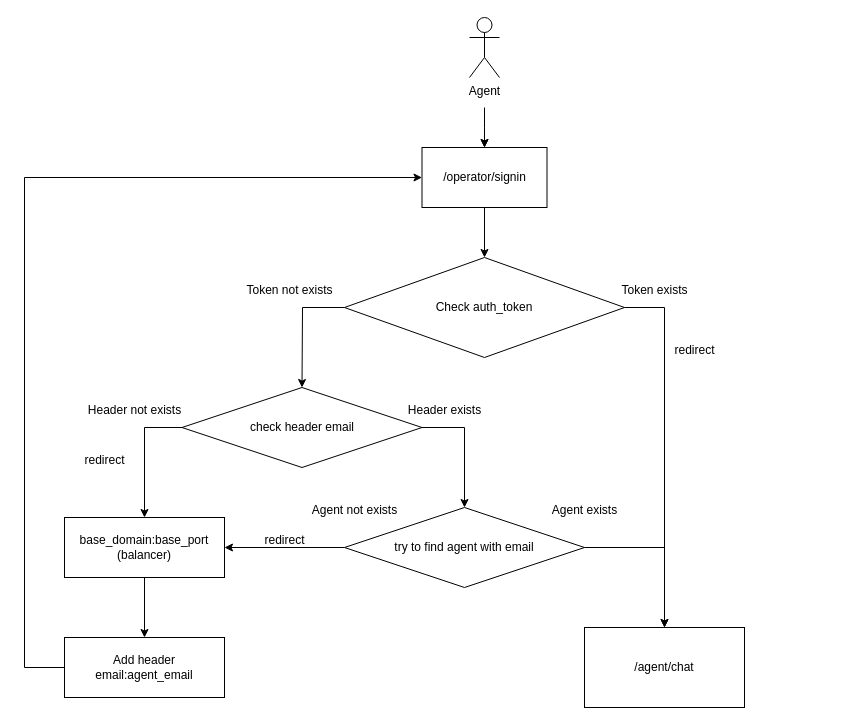
Before: Integration_with_balancer.drawio in vasiliypozhinskiy/AD_integrations, a draw.io diagram. Source tidied: cells renumbered, new cells numbered last; positions are measured from the earlier drawing's top-left corner, leaving out a move shared by most shapes. Both pictures are drawn from the tidied source at 100%, with x=0, y=0 at pixel (24, 17).
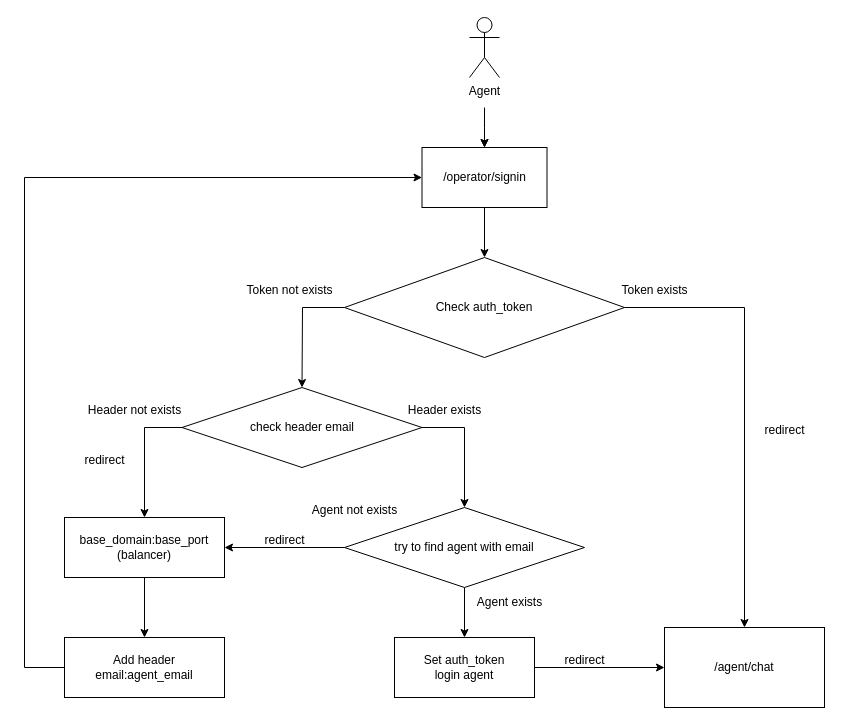
Above is the later version.

Unchanged cells that the change refers to:
```xml
<mxCell id="2" value="Check auth_token" style="rhombus;whiteSpace=wrap;html=1;" parent="1" vertex="1">
  <mxGeometry x="320" y="240" width="280" height="100" as="geometry" />
</mxCell>
<mxCell id="22" value="try to find agent with email" style="rhombus;whiteSpace=wrap;html=1;" parent="1" vertex="1">
  <mxGeometry x="320" y="490" width="240" height="80" as="geometry" />
</mxCell>
```

Change to the diagram source:
```diff
@@
     <mxCell id="8" style="endArrow=classic;html=1;rounded=0;exitX=1;exitY=0.5;exitDx=0;exitDy=0;entryX=0.5;entryY=0;entryDx=0;entryDy=0;" parent="1" edge="1" source="2" target="12">
       <mxGeometry relative="1" as="geometry">
         <Array as="points">
-          <mxPoint x="640" y="290" />
+          <mxPoint x="720" y="290" />
         </Array>
       </mxGeometry>
     </mxCell>
@@
     <mxCell id="12" value="/agent/chat" style="rounded=0;whiteSpace=wrap;html=1;" parent="1" vertex="1">
-      <mxGeometry x="560" y="610" width="160" height="80" as="geometry" />
+      <mxGeometry x="640" y="610" width="160" height="80" as="geometry" />
     </mxCell>
     <mxCell id="13" value="redirect" style="text;html=1;align=center;verticalAlign=middle;strokeColor=none;fillColor=none;" parent="1" vertex="1">
-      <mxGeometry x="640" y="318" width="60" height="30" as="geometry" />
+      <mxGeometry x="730" y="398" width="60" height="30" as="geometry" />
     </mxCell>
@@
+    <mxCell id="30" style="edgeStyle=orthogonalEdgeStyle;rounded=0;jettySize=auto;html=1;entryX=0.5;entryY=0;entryDx=0;entryDy=0;" parent="1" edge="1" source="22" target="32">
+      <mxGeometry relative="1" as="geometry" />
+    </mxCell>
@@
-    <mxCell id="24" style="endArrow=classic;html=1;rounded=0;exitX=1;exitY=0.5;exitDx=0;exitDy=0;entryX=0.5;entryY=0;entryDx=0;entryDy=0;" parent="1" edge="1" source="22" target="12">
-      <mxGeometry relative="1" as="geometry">
-        <Array as="points">
-          <mxPoint x="640" y="530" />
-        </Array>
-      </mxGeometry>
-    </mxCell>
     <mxCell id="25" value="Agent exists" style="text;html=1;align=center;verticalAlign=middle;strokeColor=none;fillColor=none;" parent="1" vertex="1">
-      <mxGeometry x="515" y="478" width="90" height="30" as="geometry" />
+      <mxGeometry x="440" y="570" width="90" height="30" as="geometry" />
     </mxCell>
@@
+    <mxCell id="31" style="edgeStyle=orthogonalEdgeStyle;rounded=0;jettySize=auto;html=1;entryX=0;entryY=0.5;entryDx=0;entryDy=0;" parent="1" edge="1" source="32" target="12">
+      <mxGeometry relative="1" as="geometry" />
+    </mxCell>
+    <mxCell id="32" value="&lt;div&gt;Set auth_token&lt;/div&gt;&lt;div&gt;login agent&lt;br&gt;&lt;/div&gt;" style="whiteSpace=wrap;html=1;" parent="1" vertex="1">
+      <mxGeometry x="370" y="620" width="140" height="60" as="geometry" />
+    </mxCell>
+    <mxCell id="33" value="redirect" style="text;html=1;align=center;verticalAlign=middle;strokeColor=none;fillColor=none;" parent="1" vertex="1">
+      <mxGeometry x="530" y="628" width="60" height="30" as="geometry" />
+    </mxCell>
```
